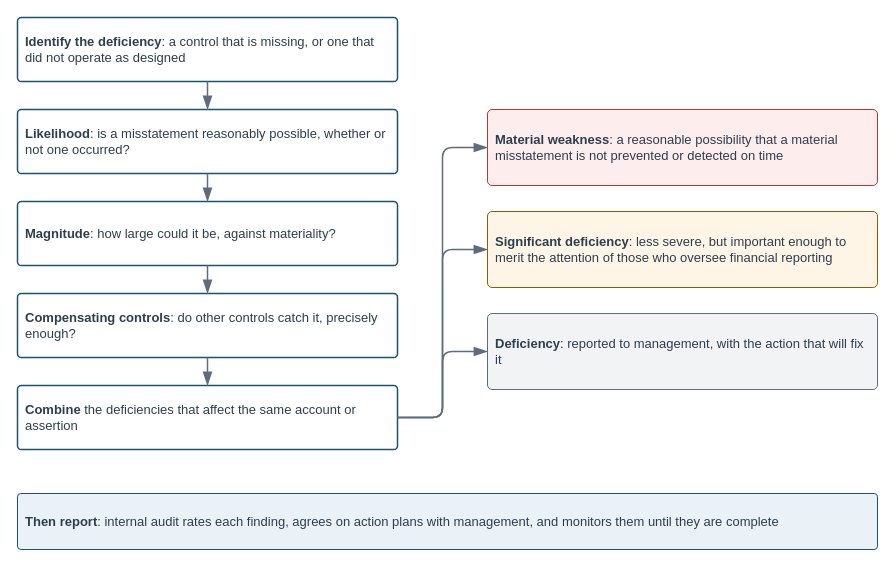
Before: visuals/src/fig-19-02-deficiency-evaluation.drawio in mmcodesso/Accounting_Analytics_Book, a draw.io diagram. Source tidied: cells renumbered, new cells numbered last; positions are measured from the earlier drawing's top-left corner, leaving out a move shared by most shapes. Both pictures are drawn from the tidied source at 100%, with x=0, y=0 at pixel (17, 17).
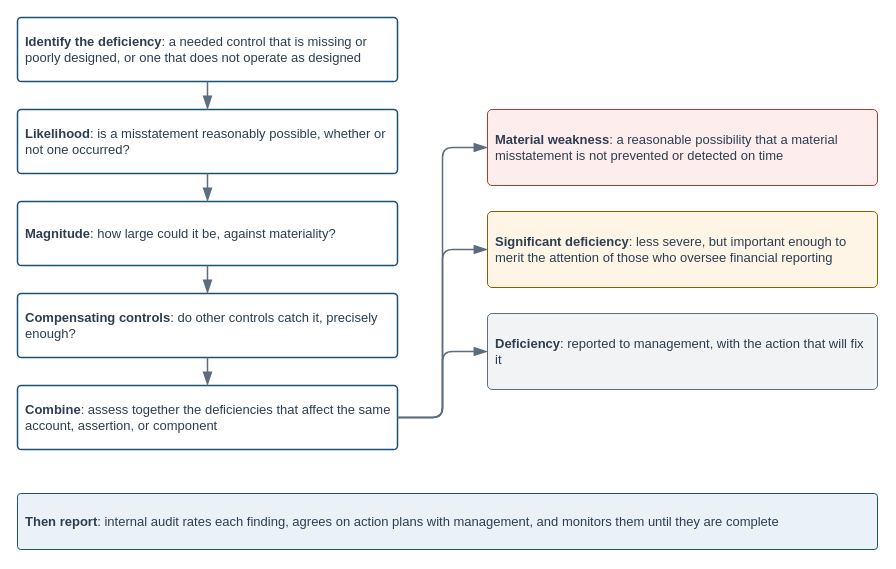
After the change.

Change to the diagram source:
```diff
@@
-    <mxCell id="3" value="&lt;b&gt;Identify the deficiency&lt;/b&gt;: a control that is missing, or one that did not operate as designed" style="rounded=1;arcSize=6;whiteSpace=wrap;html=1;fillColor=#FFFFFF;strokeColor=#1A5276;strokeWidth=1.5;fontColor=#2C3E50;fontSize=13;fontStyle=0;align=left;verticalAlign=middle;fontFamily=Helvetica;spacingLeft=6;spacingRight=6;" parent="1" vertex="1">
+    <mxCell id="3" value="&lt;b&gt;Identify the deficiency&lt;/b&gt;: a needed control that is missing or poorly designed, or one that does not operate as designed" style="rounded=1;arcSize=6;whiteSpace=wrap;html=1;fillColor=#FFFFFF;strokeColor=#1A5276;strokeWidth=1.5;fontColor=#2C3E50;fontSize=13;fontStyle=0;align=left;verticalAlign=middle;fontFamily=Helvetica;spacingLeft=6;spacingRight=6;" parent="1" vertex="1">
       <mxGeometry width="380" height="64" as="geometry" />
     </mxCell>
@@
-    <mxCell id="10" value="&lt;b&gt;Combine&lt;/b&gt; the deficiencies that affect the same account or assertion" style="rounded=1;arcSize=6;whiteSpace=wrap;html=1;fillColor=#FFFFFF;strokeColor=#1A5276;strokeWidth=1.5;fontColor=#2C3E50;fontSize=13;fontStyle=0;align=left;verticalAlign=middle;fontFamily=Helvetica;spacingLeft=6;spacingRight=6;" parent="1" vertex="1">
+    <mxCell id="10" value="&lt;b&gt;Combine&lt;/b&gt;: assess together the deficiencies that affect the same account, assertion, or component" style="rounded=1;arcSize=6;whiteSpace=wrap;html=1;fillColor=#FFFFFF;strokeColor=#1A5276;strokeWidth=1.5;fontColor=#2C3E50;fontSize=13;fontStyle=0;align=left;verticalAlign=middle;fontFamily=Helvetica;spacingLeft=6;spacingRight=6;" parent="1" vertex="1">
       <mxGeometry y="368" width="380" height="64" as="geometry" />
     </mxCell>
```
